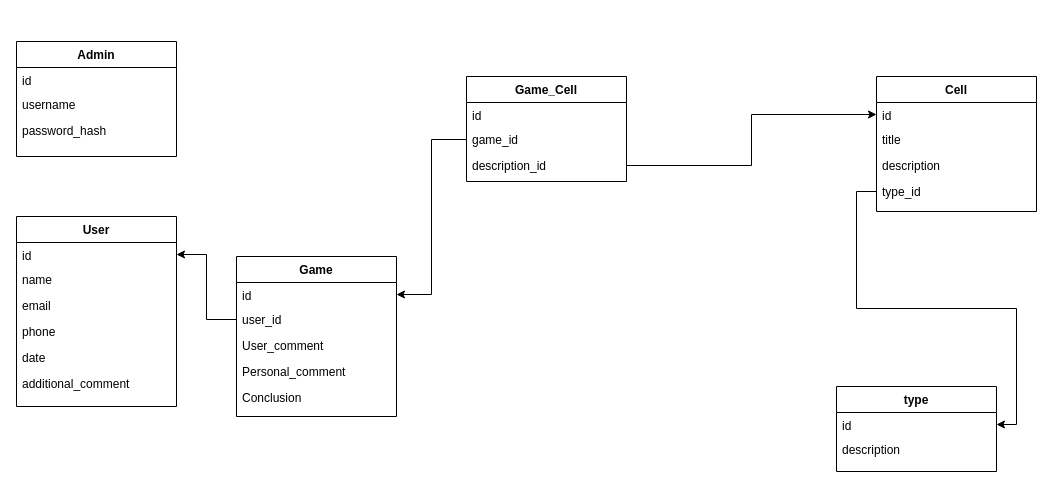
chikundant/AdminPanelFreelance keeps this draw.io diagram as project_prepare/Untitled Diagram.drawio. Above is the earlier version. Source tidied: cells renumbered, new cells numbered last; positions are measured from the earlier drawing's top-left corner, leaving out a move shared by most shapes. Both pictures are drawn from the tidied source at 100%, with x=0, y=0 at pixel (16, 41).
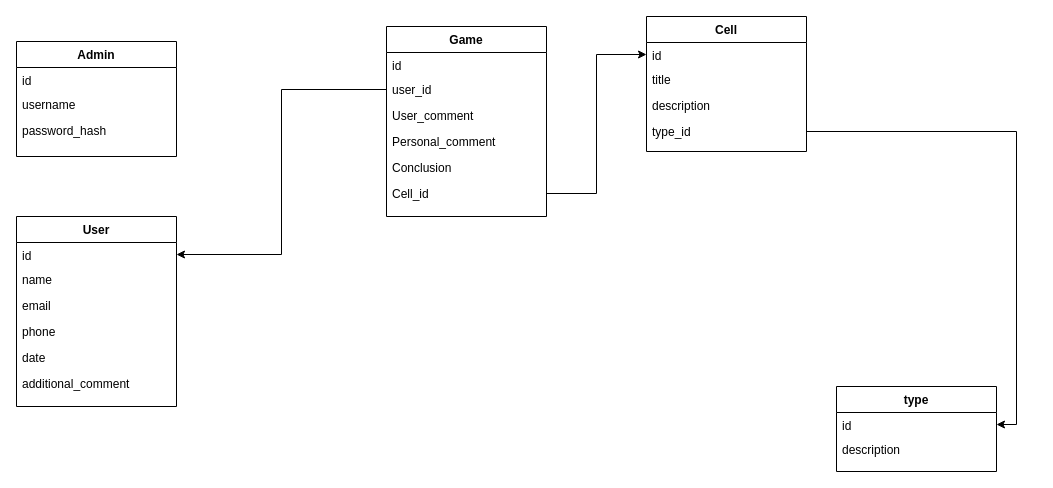
After the change.

The change refers to these unchanged cells:
```xml
<mxCell id="14" value="id" style="text;align=left;verticalAlign=top;spacingLeft=4;spacingRight=4;overflow=hidden;points=[[0,0.5],[1,0.5]];portConstraint=eastwest;" parent="13" vertex="1">
  <mxGeometry y="26" width="160" height="24" as="geometry" />
</mxCell>
<mxCell id="27" value="id" style="text;align=left;verticalAlign=top;spacingLeft=4;spacingRight=4;overflow=hidden;points=[[0,0.5],[1,0.5]];portConstraint=eastwest;" parent="26" vertex="1">
  <mxGeometry y="26" width="160" height="24" as="geometry" />
</mxCell>
```

The edit, as a diff of the source:
```diff
@@
     <mxCell id="13" value="Cell" style="swimlane;fontStyle=1;align=center;verticalAlign=top;horizontal=1;startSize=26;rounded=0;shadow=0;strokeWidth=1;" parent="1" vertex="1">
-      <mxGeometry x="860" y="35" width="160" height="135" as="geometry" />
+      <mxGeometry x="630" y="-25" width="160" height="135" as="geometry" />
     </mxCell>
@@
-    <mxCell id="18" value="Game_Cell" style="swimlane;fontStyle=1;align=center;verticalAlign=top;horizontal=1;startSize=26;rounded=0;shadow=0;strokeWidth=1;" parent="1" vertex="1">
-      <mxGeometry x="450" y="35" width="160" height="105" as="geometry" />
-    </mxCell>
-    <mxCell id="19" value="id" style="text;align=left;verticalAlign=top;spacingLeft=4;spacingRight=4;overflow=hidden;" parent="18" vertex="1">
-      <mxGeometry y="26" width="160" height="24" as="geometry" />
-    </mxCell>
-    <mxCell id="20" value="game_id" style="text;align=left;verticalAlign=top;spacingLeft=4;spacingRight=4;overflow=hidden;points=[[0,0.5],[1,0.5]];portConstraint=eastwest;" parent="18" vertex="1">
-      <mxGeometry y="50" width="160" height="26" as="geometry" />
-    </mxCell>
-    <mxCell id="21" value="description_id" style="text;align=left;verticalAlign=top;spacingLeft=4;spacingRight=4;overflow=hidden;points=[[0,0.5],[1,0.5]];portConstraint=eastwest;" parent="18" vertex="1">
-      <mxGeometry y="76" width="160" height="26" as="geometry" />
-    </mxCell>
@@
     <mxCell id="26" value="Game" style="swimlane;fontStyle=1;align=center;verticalAlign=top;horizontal=1;startSize=26;rounded=0;shadow=0;strokeWidth=1;" parent="1" vertex="1">
-      <mxGeometry x="220" y="215" width="160" height="160" as="geometry" />
+      <mxGeometry x="370" y="-15" width="160" height="190" as="geometry" />
     </mxCell>
@@
+    <mxCell id="35" value="Cell_id" style="text;align=left;verticalAlign=top;spacingLeft=4;spacingRight=4;overflow=hidden;points=[[0,0.5],[1,0.5]];portConstraint=eastwest;" parent="26" vertex="1">
+      <mxGeometry y="154" width="160" height="26" as="geometry" />
+    </mxCell>
@@
-    <mxCell id="33" style="edgeStyle=orthogonalEdgeStyle;rounded=0;jettySize=auto;html=1;exitX=1;exitY=0.5;exitDx=0;exitDy=0;entryX=0;entryY=0.5;entryDx=0;entryDy=0;" parent="1" edge="1" source="21" target="14">
-      <mxGeometry relative="1" as="geometry" />
-    </mxCell>
-    <mxCell id="34" style="edgeStyle=orthogonalEdgeStyle;rounded=0;jettySize=auto;html=1;exitX=0;exitY=0.5;exitDx=0;exitDy=0;" parent="1" edge="1" source="20" target="27">
-      <mxGeometry relative="1" as="geometry" />
-    </mxCell>
+    <mxCell id="36" style="edgeStyle=orthogonalEdgeStyle;rounded=0;jettySize=auto;html=1;exitX=1;exitY=0.5;exitDx=0;exitDy=0;entryX=0;entryY=0.5;entryDx=0;entryDy=0;" parent="1" edge="1" source="35" target="14">
+      <mxGeometry relative="1" as="geometry" />
+    </mxCell>
```
